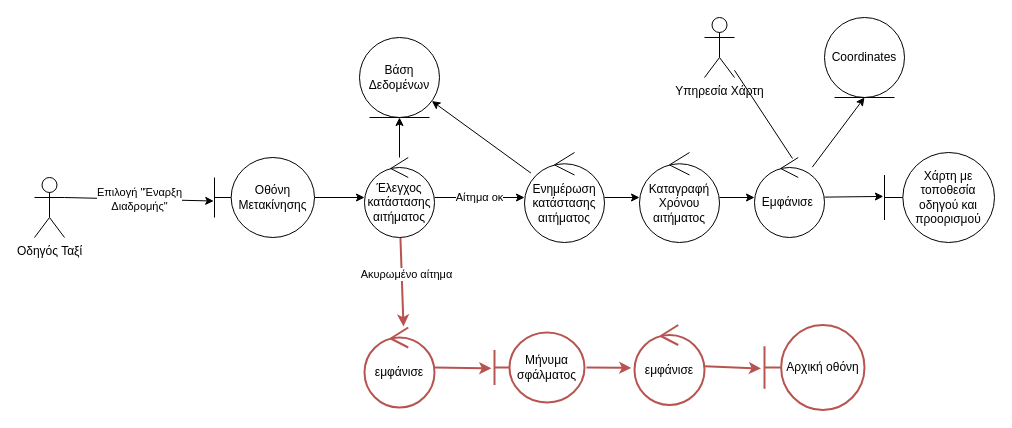
Nikolis2002/texnoligia_logismikou keeps this draw.io diagram as Part_2/Robustness/diagrams/09_Επιβίβαση_σε_Ταξί.drawio. Above is the earlier version. Source tidied: cells renumbered, new cells numbered last; positions are measured from the earlier drawing's top-left corner, leaving out a move shared by most shapes. Both pictures are drawn from the tidied source at 100%, with x=0, y=0 at pixel (34, 17).
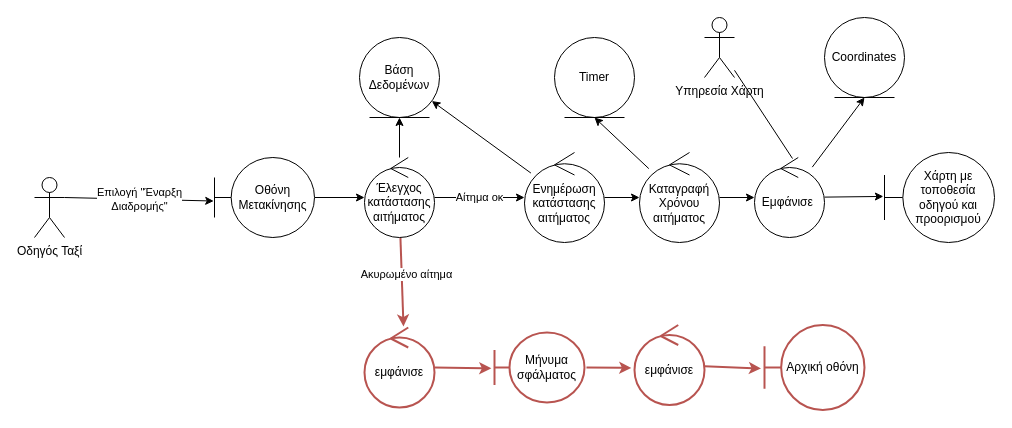
The same diagram, later.

Unchanged cells that the change refers to:
```xml
<mxCell id="25" value="Καταγραφή Χρόνου αιτήματος" style="ellipse;shape=umlControl;whiteSpace=wrap;html=1;" parent="1" vertex="1">
  <mxGeometry x="605" y="135" width="80" height="90" as="geometry" />
</mxCell>
```

Change to the diagram source:
```diff
@@
+    <mxCell id="31" style="edgeStyle=none;html=1;entryX=0.5;entryY=1;entryDx=0;entryDy=0;" parent="1" edge="1" source="25" target="32">
+      <mxGeometry relative="1" as="geometry" />
+    </mxCell>
@@
+    <mxCell id="32" value="Timer" style="ellipse;shape=umlEntity;whiteSpace=wrap;html=1;" parent="1" vertex="1">
+      <mxGeometry x="520" y="20" width="80" height="80" as="geometry" />
+    </mxCell>
```
